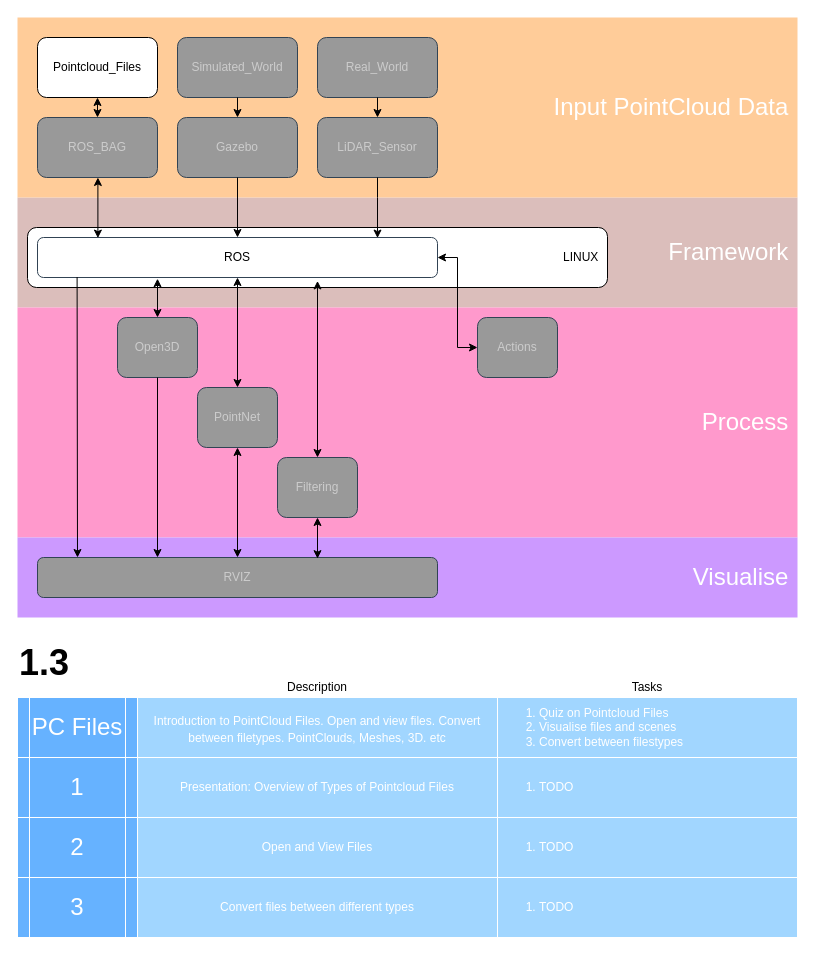
Before: page "1.3_PointCloud_Files" (5 of 8) of 0_Overview/course_overview_diagram.drawio in AM1010101/lidar_integrators_course, a draw.io diagram. Source tidied: cells renumbered, new cells numbered last; positions are measured from the earlier drawing's top-left corner, leaving out a move shared by most shapes. Both pictures are drawn from the tidied source at 100%, with x=0, y=0 at pixel (17, 17).
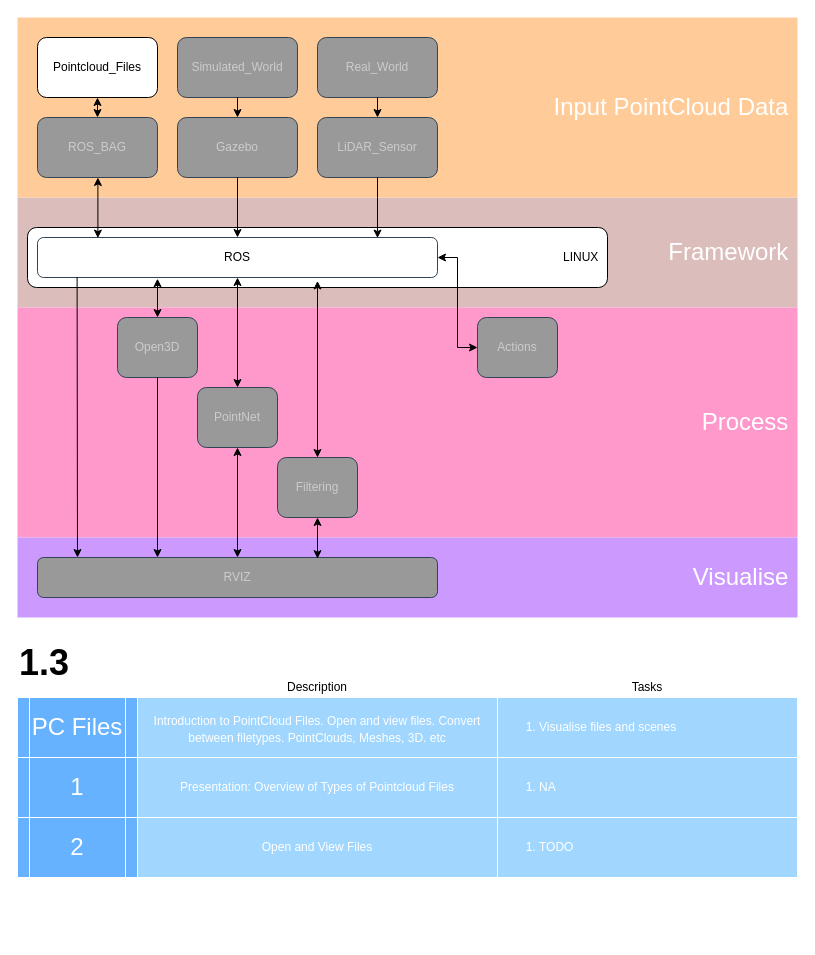
The same diagram, later.

The edit, as a diff of the source:
```diff
@@
-    <mxCell id="37" value="&lt;div style=&quot;font-size: 12px&quot; align=&quot;left&quot;&gt;&lt;ol&gt;&lt;li&gt;TODO&lt;br&gt;&lt;/li&gt;&lt;/ol&gt;&lt;/div&gt;" style="rounded=0;whiteSpace=wrap;html=1;fontSize=18;fontColor=#FFFFFF;fillColor=#A1D6FF;gradientColor=none;strokeColor=#FFFFFF;align=left;" parent="1" vertex="1">
+    <mxCell id="37" value="&lt;div style=&quot;font-size: 12px&quot; align=&quot;left&quot;&gt;&lt;ol&gt;&lt;li&gt;NA&lt;br&gt;&lt;/li&gt;&lt;/ol&gt;&lt;/div&gt;" style="rounded=0;whiteSpace=wrap;html=1;fontSize=18;fontColor=#FFFFFF;fillColor=#A1D6FF;gradientColor=none;strokeColor=#FFFFFF;align=left;" parent="1" vertex="1">
       <mxGeometry x="480" y="740" width="300" height="60" as="geometry" />
     </mxCell>
@@
-    <mxCell id="44" value="&lt;ol style=&quot;font-size: 12px&quot;&gt;&lt;li&gt;Quiz on Pointcloud Files&lt;font style=&quot;font-size: 12px&quot;&gt;&lt;br&gt;&lt;/font&gt;&lt;/li&gt;&lt;li&gt;&lt;font style=&quot;font-size: 12px&quot;&gt;Visualise files and scenes&lt;/font&gt;&lt;/li&gt;&lt;li&gt;Convert between filestypes&lt;/li&gt;&lt;/ol&gt;" style="rounded=0;whiteSpace=wrap;html=1;fontSize=18;fontColor=#FFFFFF;fillColor=#A1D6FF;gradientColor=none;strokeColor=#FFFFFF;align=left;" parent="1" vertex="1">
+    <mxCell id="44" value="&lt;ol style=&quot;font-size: 12px&quot;&gt;&lt;li&gt;&lt;font style=&quot;font-size: 12px&quot;&gt;Visualise files and scenes&lt;/font&gt;&lt;/li&gt;&lt;/ol&gt;" style="rounded=0;whiteSpace=wrap;html=1;fontSize=18;fontColor=#FFFFFF;fillColor=#A1D6FF;gradientColor=none;strokeColor=#FFFFFF;align=left;" parent="1" vertex="1">
       <mxGeometry x="480" y="680" width="300" height="60" as="geometry" />
     </mxCell>
-    <mxCell id="45" value="3" style="shape=process;whiteSpace=wrap;html=1;backgroundOutline=1;fontSize=24;fontColor=#FFFFFF;fillColor=#66B2FF;gradientColor=none;strokeColor=#FFFFFF;" parent="1" vertex="1">
-      <mxGeometry y="860" width="120" height="60" as="geometry" />
-    </mxCell>
-    <mxCell id="46" value="Convert files between different types" style="rounded=0;whiteSpace=wrap;html=1;fontSize=12;fontColor=#FFFFFF;fillColor=#A1D6FF;gradientColor=none;strokeColor=#FFFFFF;" parent="1" vertex="1">
-      <mxGeometry x="120" y="860" width="360" height="60" as="geometry" />
-    </mxCell>
-    <mxCell id="47" value="&lt;div style=&quot;font-size: 12px&quot; align=&quot;left&quot;&gt;&lt;ol&gt;&lt;li&gt;TODO&lt;br&gt;&lt;/li&gt;&lt;/ol&gt;&lt;/div&gt;" style="rounded=0;whiteSpace=wrap;html=1;fontSize=18;fontColor=#FFFFFF;fillColor=#A1D6FF;gradientColor=none;strokeColor=#FFFFFF;align=left;" parent="1" vertex="1">
-      <mxGeometry x="480" y="860" width="300" height="60" as="geometry" />
-    </mxCell>
```
